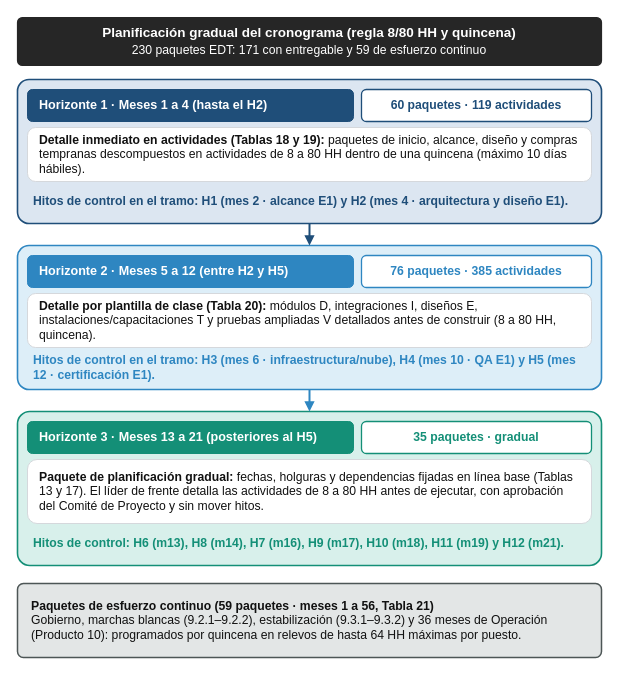
This is imagenes/Diagramas que faltaban/productos/Fig_Planificacion_Gradual.drawio from PatricioH315/LafroX, a draw.io file, before an edit. Source tidied: cells renumbered, new cells numbered last; positions are measured from the earlier drawing's top-left corner, leaving out a move shared by most shapes. Both pictures are drawn from the tidied source at 100%, with x=0, y=0 at pixel (17, 17).
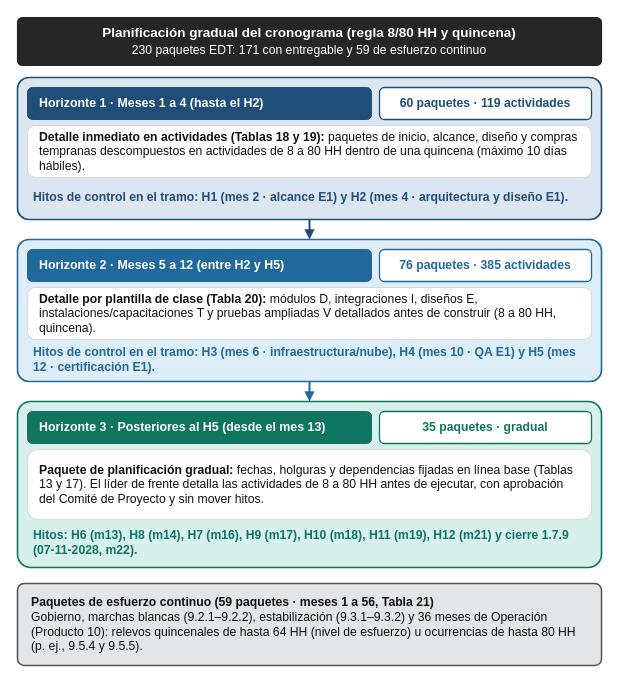
Above is the later version.

Diff of the diagram source:
```diff
@@
     <mxCell id="2" style="rounded=1;whiteSpace=wrap;html=1;fillColor=#DCE6F1;strokeColor=#1F4E79;strokeWidth=1.6;arcSize=8;" parent="1" vertex="1">
-      <mxGeometry y="62" width="584" height="144" as="geometry" />
+      <mxGeometry y="60" width="584" height="142" as="geometry" />
     </mxCell>
-    <mxCell id="3" style="rounded=1;whiteSpace=wrap;html=1;fillColor=#DDEEF8;strokeColor=#2E86C1;strokeWidth=1.6;arcSize=8;" parent="1" vertex="1">
-      <mxGeometry y="228" width="584" height="144" as="geometry" />
+    <mxCell id="3" style="rounded=1;whiteSpace=wrap;html=1;fillColor=#DDEEF8;strokeColor=#21699B;strokeWidth=1.6;arcSize=8;" parent="1" vertex="1">
+      <mxGeometry y="222" width="584" height="142" as="geometry" />
     </mxCell>
-    <mxCell id="4" style="rounded=1;whiteSpace=wrap;html=1;fillColor=#D8F0EB;strokeColor=#148F77;strokeWidth=1.6;arcSize=8;" parent="1" vertex="1">
-      <mxGeometry y="394" width="584" height="154" as="geometry" />
+    <mxCell id="4" style="rounded=1;whiteSpace=wrap;html=1;fillColor=#D8F0EB;strokeColor=#0F7460;strokeWidth=1.6;arcSize=8;" parent="1" vertex="1">
+      <mxGeometry y="384" width="584" height="166" as="geometry" />
     </mxCell>
     <mxCell id="5" style="html=1;rounded=0;endArrow=block;endFill=1;endSize=5;strokeColor=#1F4E79;strokeWidth=2.00;" parent="1" edge="1">
       <mxGeometry relative="1" as="geometry">
-        <mxPoint x="292" y="206" as="sourcePoint" />
-        <mxPoint x="292" y="228" as="targetPoint" />
+        <mxPoint x="292" y="202" as="sourcePoint" />
+        <mxPoint x="292" y="222" as="targetPoint" />
       </mxGeometry>
     </mxCell>
-    <mxCell id="6" style="html=1;rounded=0;endArrow=block;endFill=1;endSize=5;strokeColor=#2E86C1;strokeWidth=2.00;" parent="1" edge="1">
+    <mxCell id="6" style="html=1;rounded=0;endArrow=block;endFill=1;endSize=5;strokeColor=#21699B;strokeWidth=2.00;" parent="1" edge="1">
       <mxGeometry relative="1" as="geometry">
-        <mxPoint x="292" y="372" as="sourcePoint" />
-        <mxPoint x="292" y="394" as="targetPoint" />
+        <mxPoint x="292" y="364" as="sourcePoint" />
+        <mxPoint x="292" y="384" as="targetPoint" />
       </mxGeometry>
     </mxCell>
@@
-    <mxCell id="8" value="&lt;b&gt;Horizonte 1 · Meses 1 a 4 (hasta el H2)&lt;/b&gt;" style="rounded=1;whiteSpace=wrap;html=1;fillColor=#1F4E79;strokeColor=#1F4E79;strokeWidth=1.0;fontFamily=Arial;fontSize=12.6;fontColor=#FFFFFF;align=left;verticalAlign=middle;spacingLeft=10;" parent="1" vertex="1">
-      <mxGeometry x="10" y="72" width="326" height="32" as="geometry" />
+    <mxCell id="8" value="&lt;b&gt;Horizonte 1 · Meses 1 a 4 (hasta el H2)&lt;/b&gt;" style="rounded=1;whiteSpace=wrap;html=1;fillColor=#1F4E79;strokeColor=#1F4E79;strokeWidth=1.0;fontFamily=Arial;fontSize=12.4;fontColor=#FFFFFF;align=left;verticalAlign=middle;spacingLeft=10;" parent="1" vertex="1">
+      <mxGeometry x="10" y="70" width="344" height="32" as="geometry" />
     </mxCell>
     <mxCell id="9" value="&lt;b&gt;60 paquetes · 119 actividades&lt;/b&gt;" style="rounded=1;whiteSpace=wrap;html=1;fillColor=#FFFFFF;strokeColor=#1F4E79;strokeWidth=1.3;fontFamily=Arial;fontSize=12.2;fontColor=#1F4E79;align=center;verticalAlign=middle;spacingLeft=6;spacingRight=6;" parent="1" vertex="1">
-      <mxGeometry x="344" y="72" width="230" height="32" as="geometry" />
+      <mxGeometry x="362" y="70" width="212" height="32" as="geometry" />
     </mxCell>
     <mxCell id="10" value="&lt;b&gt;Detalle inmediato en actividades (Tablas 18 y 19):&lt;/b&gt; paquetes de inicio, alcance, diseño y compras tempranas descompuestos en actividades de 8 a 80 HH dentro de una quincena (máximo 10 días hábiles)." style="rounded=1;whiteSpace=wrap;html=1;fillColor=#FFFFFF;strokeColor=#D5D8DC;strokeWidth=1.0;fontFamily=Arial;fontSize=12.2;fontColor=#111111;align=left;verticalAlign=middle;spacingLeft=10;spacingRight=10;" parent="1" vertex="1">
-      <mxGeometry x="10" y="110" width="564" height="54" as="geometry" />
+      <mxGeometry x="10" y="108" width="564" height="52" as="geometry" />
     </mxCell>
     <mxCell id="11" value="&lt;b&gt;Hitos de control en el tramo: H1 (mes 2 · alcance E1) y H2 (mes 4 · arquitectura y diseño E1).&lt;/b&gt;" style="rounded=0;whiteSpace=wrap;html=1;fillColor=none;strokeColor=none;fontFamily=Arial;fontSize=12.2;fontColor=#1F4E79;align=left;verticalAlign=middle;spacingLeft=4;" parent="1" vertex="1">
-      <mxGeometry x="10" y="170" width="564" height="28" as="geometry" />
+      <mxGeometry x="10" y="166" width="564" height="28" as="geometry" />
     </mxCell>
-    <mxCell id="12" value="&lt;b&gt;Horizonte 2 · Meses 5 a 12 (entre H2 y H5)&lt;/b&gt;" style="rounded=1;whiteSpace=wrap;html=1;fillColor=#2E86C1;strokeColor=#2E86C1;strokeWidth=1.0;fontFamily=Arial;fontSize=12.6;fontColor=#FFFFFF;align=left;verticalAlign=middle;spacingLeft=10;" parent="1" vertex="1">
-      <mxGeometry x="10" y="238" width="326" height="32" as="geometry" />
+    <mxCell id="12" value="&lt;b&gt;Horizonte 2 · Meses 5 a 12 (entre H2 y H5)&lt;/b&gt;" style="rounded=1;whiteSpace=wrap;html=1;fillColor=#21699B;strokeColor=#21699B;strokeWidth=1.0;fontFamily=Arial;fontSize=12.4;fontColor=#FFFFFF;align=left;verticalAlign=middle;spacingLeft=10;" parent="1" vertex="1">
+      <mxGeometry x="10" y="232" width="344" height="32" as="geometry" />
     </mxCell>
-    <mxCell id="13" value="&lt;b&gt;76 paquetes · 385 actividades&lt;/b&gt;" style="rounded=1;whiteSpace=wrap;html=1;fillColor=#FFFFFF;strokeColor=#2E86C1;strokeWidth=1.3;fontFamily=Arial;fontSize=12.2;fontColor=#2E86C1;align=center;verticalAlign=middle;spacingLeft=6;spacingRight=6;" parent="1" vertex="1">
-      <mxGeometry x="344" y="238" width="230" height="32" as="geometry" />
+    <mxCell id="13" value="&lt;b&gt;76 paquetes · 385 actividades&lt;/b&gt;" style="rounded=1;whiteSpace=wrap;html=1;fillColor=#FFFFFF;strokeColor=#21699B;strokeWidth=1.3;fontFamily=Arial;fontSize=12.2;fontColor=#21699B;align=center;verticalAlign=middle;spacingLeft=6;spacingRight=6;" parent="1" vertex="1">
+      <mxGeometry x="362" y="232" width="212" height="32" as="geometry" />
     </mxCell>
     <mxCell id="14" value="&lt;b&gt;Detalle por plantilla de clase (Tabla 20):&lt;/b&gt; módulos D, integraciones I, diseños E, instalaciones/capacitaciones T y pruebas ampliadas V detallados antes de construir (8 a 80 HH, quincena)." style="rounded=1;whiteSpace=wrap;html=1;fillColor=#FFFFFF;strokeColor=#D5D8DC;strokeWidth=1.0;fontFamily=Arial;fontSize=12.2;fontColor=#111111;align=left;verticalAlign=middle;spacingLeft=10;spacingRight=10;" parent="1" vertex="1">
-      <mxGeometry x="10" y="276" width="564" height="54" as="geometry" />
+      <mxGeometry x="10" y="270" width="564" height="52" as="geometry" />
     </mxCell>
-    <mxCell id="15" value="&lt;b&gt;Hitos de control en el tramo: H3 (mes 6 · infraestructura/nube), H4 (mes 10 · QA E1) y H5 (mes 12 · certificación E1).&lt;/b&gt;" style="rounded=0;whiteSpace=wrap;html=1;fillColor=none;strokeColor=none;fontFamily=Arial;fontSize=12.2;fontColor=#2E86C1;align=left;verticalAlign=middle;spacingLeft=4;" parent="1" vertex="1">
-      <mxGeometry x="10" y="336" width="564" height="28" as="geometry" />
+    <mxCell id="15" value="&lt;b&gt;Hitos de control en el tramo: H3 (mes 6 · infraestructura/nube), H4 (mes 10 · QA E1) y H5 (mes 12 · certificación E1).&lt;/b&gt;" style="rounded=0;whiteSpace=wrap;html=1;fillColor=none;strokeColor=none;fontFamily=Arial;fontSize=12.2;fontColor=#21699B;align=left;verticalAlign=middle;spacingLeft=4;" parent="1" vertex="1">
+      <mxGeometry x="10" y="328" width="564" height="28" as="geometry" />
     </mxCell>
-    <mxCell id="16" value="&lt;b&gt;Horizonte 3 · Meses 13 a 21 (posteriores al H5)&lt;/b&gt;" style="rounded=1;whiteSpace=wrap;html=1;fillColor=#148F77;strokeColor=#148F77;strokeWidth=1.0;fontFamily=Arial;fontSize=12.6;fontColor=#FFFFFF;align=left;verticalAlign=middle;spacingLeft=10;" parent="1" vertex="1">
-      <mxGeometry x="10" y="404" width="326" height="32" as="geometry" />
+    <mxCell id="16" value="&lt;b&gt;Horizonte 3 · Posteriores al H5 (desde el mes 13)&lt;/b&gt;" style="rounded=1;whiteSpace=wrap;html=1;fillColor=#0F7460;strokeColor=#0F7460;strokeWidth=1.0;fontFamily=Arial;fontSize=12.4;fontColor=#FFFFFF;align=left;verticalAlign=middle;spacingLeft=10;" parent="1" vertex="1">
+      <mxGeometry x="10" y="394" width="344" height="32" as="geometry" />
     </mxCell>
-    <mxCell id="17" value="&lt;b&gt;35 paquetes · gradual&lt;/b&gt;" style="rounded=1;whiteSpace=wrap;html=1;fillColor=#FFFFFF;strokeColor=#148F77;strokeWidth=1.3;fontFamily=Arial;fontSize=12.2;fontColor=#148F77;align=center;verticalAlign=middle;spacingLeft=6;spacingRight=6;" parent="1" vertex="1">
-      <mxGeometry x="344" y="404" width="230" height="32" as="geometry" />
+    <mxCell id="17" value="&lt;b&gt;35 paquetes · gradual&lt;/b&gt;" style="rounded=1;whiteSpace=wrap;html=1;fillColor=#FFFFFF;strokeColor=#0F7460;strokeWidth=1.3;fontFamily=Arial;fontSize=12.2;fontColor=#0F7460;align=center;verticalAlign=middle;spacingLeft=6;spacingRight=6;" parent="1" vertex="1">
+      <mxGeometry x="362" y="394" width="212" height="32" as="geometry" />
     </mxCell>
     <mxCell id="18" value="&lt;b&gt;Paquete de planificación gradual:&lt;/b&gt; fechas, holguras y dependencias fijadas en línea base (Tablas 13 y 17). El líder de frente detalla las actividades de 8 a 80 HH antes de ejecutar, con aprobación del Comité de Proyecto y sin mover hitos." style="rounded=1;whiteSpace=wrap;html=1;fillColor=#FFFFFF;strokeColor=#D5D8DC;strokeWidth=1.0;fontFamily=Arial;fontSize=12.2;fontColor=#111111;align=left;verticalAlign=middle;spacingLeft=10;spacingRight=10;" parent="1" vertex="1">
-      <mxGeometry x="10" y="442" width="564" height="64" as="geometry" />
+      <mxGeometry x="10" y="432" width="564" height="70" as="geometry" />
     </mxCell>
-    <mxCell id="19" value="&lt;b&gt;Hitos de control: H6 (m13), H8 (m14), H7 (m16), H9 (m17), H10 (m18), H11 (m19) y H12 (m21).&lt;/b&gt;" style="rounded=0;whiteSpace=wrap;html=1;fillColor=none;strokeColor=none;fontFamily=Arial;fontSize=12.2;fontColor=#148F77;align=left;verticalAlign=middle;spacingLeft=4;" parent="1" vertex="1">
-      <mxGeometry x="10" y="512" width="564" height="28" as="geometry" />
+    <mxCell id="19" value="&lt;b&gt;Hitos: H6 (m13), H8 (m14), H7 (m16), H9 (m17), H10 (m18), H11 (m19), H12 (m21) y cierre 1.7.9 (07‑11‑2028, m22).&lt;/b&gt;" style="rounded=0;whiteSpace=wrap;html=1;fillColor=none;strokeColor=none;fontFamily=Arial;fontSize=12.2;fontColor=#0F7460;align=left;verticalAlign=middle;spacingLeft=4;" parent="1" vertex="1">
+      <mxGeometry x="10" y="508" width="564" height="34" as="geometry" />
     </mxCell>
-    <mxCell id="20" value="&lt;b&gt;Paquetes de esfuerzo continuo (59 paquetes · meses 1 a 56, Tabla 21)&lt;/b&gt;&lt;br&gt;Gobierno, marchas blancas (9.2.1–9.2.2), estabilización (9.3.1–9.3.2) y 36 meses de Operación (Producto 10): programados por quincena en relevos de hasta 64 HH máximas por puesto." style="rounded=1;whiteSpace=wrap;html=1;fillColor=#E3E6E6;strokeColor=#4D5656;strokeWidth=1.5;fontFamily=Arial;arcSize=8;fontSize=12.2;fontColor=#111111;align=left;verticalAlign=middle;spacingLeft=12;spacingRight=10;" parent="1" vertex="1">
-      <mxGeometry y="566" width="584" height="74" as="geometry" />
+    <mxCell id="20" value="&lt;b&gt;Paquetes de esfuerzo continuo (59 paquetes · meses 1 a 56, Tabla 21)&lt;/b&gt;&lt;br&gt;Gobierno, marchas blancas (9.2.1–9.2.2), estabilización (9.3.1–9.3.2) y 36 meses de Operación (Producto 10): relevos quincenales de hasta 64 HH (nivel de esfuerzo) u ocurrencias de hasta 80 HH (p. ej., 9.5.4 y 9.5.5)." style="rounded=1;whiteSpace=wrap;html=1;fillColor=#E3E6E6;strokeColor=#4D5656;strokeWidth=1.5;fontFamily=Arial;arcSize=8;fontSize=12.2;fontColor=#111111;align=left;verticalAlign=middle;spacingLeft=12;spacingRight=10;" parent="1" vertex="1">
+      <mxGeometry y="566" width="584" height="82" as="geometry" />
     </mxCell>
```
